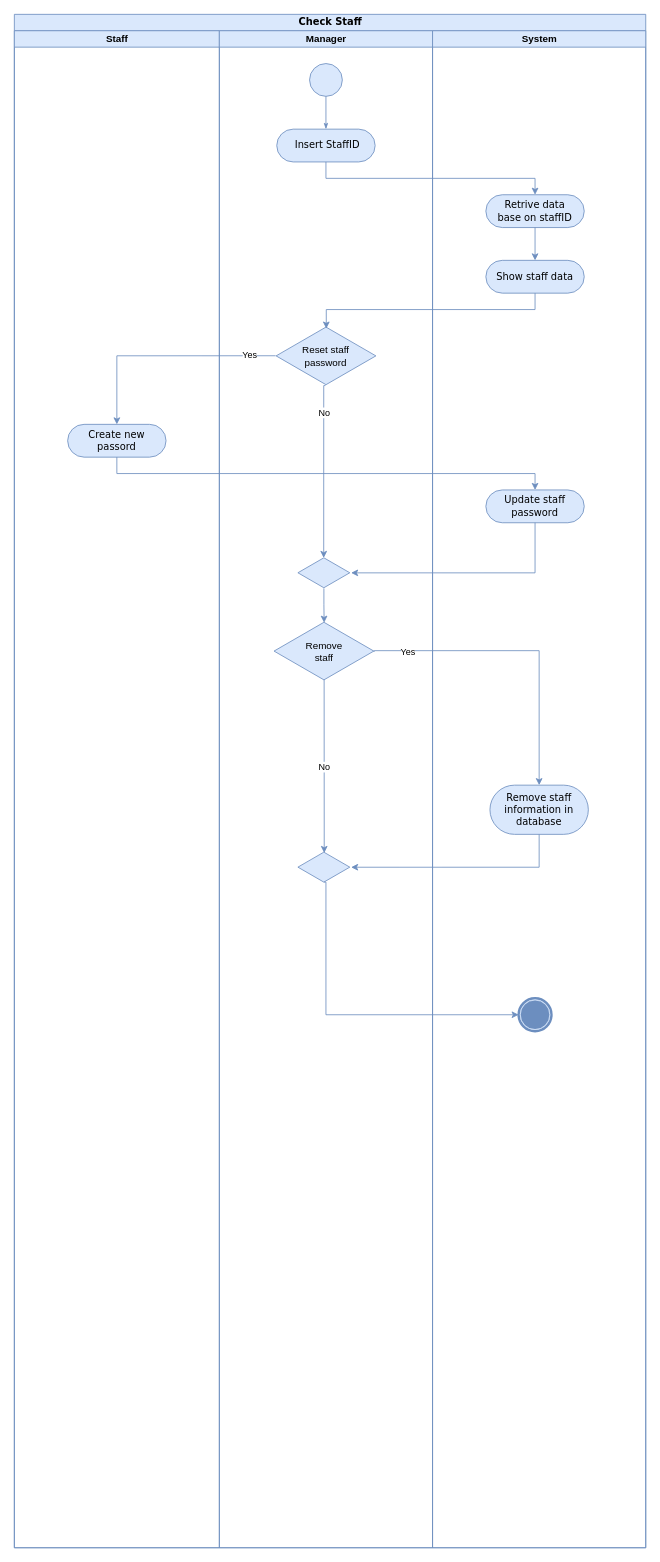
Abcdavid00/Cafe-Management-Application keeps this draw.io diagram as page "CheckStaff" (3 of 6) of Diagrams/ActivityDiagram.drawio. Above is the earlier version. Source tidied: cells renumbered, new cells numbered last; positions are measured from the earlier drawing's top-left corner, leaving out a move shared by most shapes. Both pictures are drawn from the tidied source at 82%, with x=0, y=0 at pixel (14, 14).
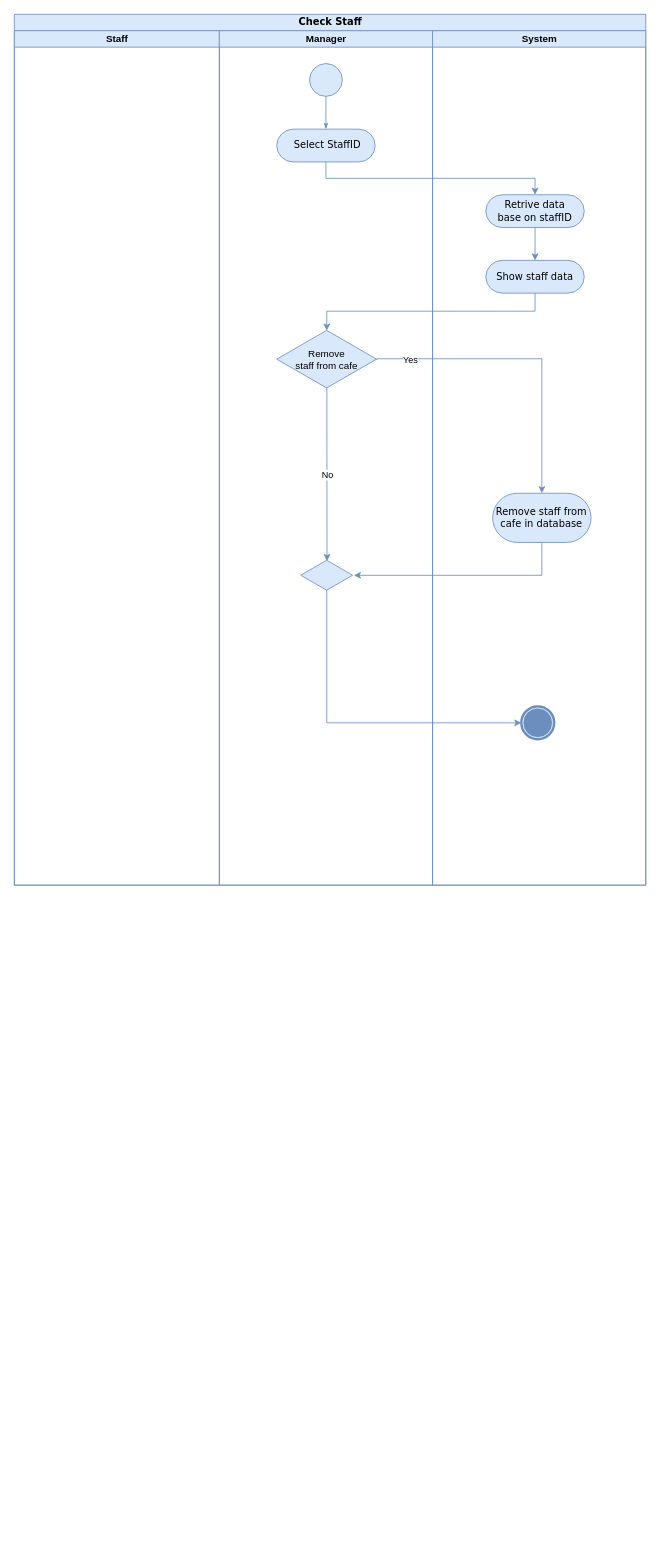
The same page after the edit.

Unchanged cells that the change refers to:
```xml
<mxCell id="23" value="Show staff data" style="rounded=1;whiteSpace=wrap;html=1;shadow=0;comic=0;labelBackgroundColor=none;strokeWidth=1;fontFamily=Verdana;fontSize=12;align=center;arcSize=50;fillColor=#dae8fc;strokeColor=#6c8ebf;" parent="18" vertex="1">
  <mxGeometry x="65" y="280" width="120" height="40" as="geometry" />
</mxCell>
```

The edit, as a diff of the source:
```diff
@@
     <mxCell id="2" value="Check Staff" style="swimlane;html=1;startSize=20;rounded=0;shadow=0;comic=0;labelBackgroundColor=none;strokeWidth=1;fontFamily=Verdana;fontSize=12;align=center;fillColor=#dae8fc;strokeColor=#6c8ebf;" parent="1" vertex="1">
-      <mxGeometry width="770" height="1870" as="geometry" />
+      <mxGeometry width="770" height="1062" as="geometry" />
     </mxCell>
     <mxCell id="3" value="Staff" style="swimlane;html=1;startSize=20;fillColor=#dae8fc;strokeColor=#6c8ebf;" parent="2" vertex="1">
-      <mxGeometry y="20" width="250" height="1850" as="geometry" />
+      <mxGeometry y="20" width="250" height="1042" as="geometry" />
     </mxCell>
-    <mxCell id="4" value="Create new passord" style="rounded=1;whiteSpace=wrap;html=1;shadow=0;comic=0;labelBackgroundColor=none;strokeWidth=1;fontFamily=Verdana;fontSize=12;align=center;arcSize=50;fillColor=#dae8fc;strokeColor=#6c8ebf;" parent="3" vertex="1">
-      <mxGeometry x="65" y="480" width="120" height="40" as="geometry" />
-    </mxCell>
     <mxCell id="5" value="Manager" style="swimlane;html=1;startSize=20;fillColor=#dae8fc;strokeColor=#6c8ebf;" parent="2" vertex="1">
-      <mxGeometry x="250" y="20" width="260" height="1850" as="geometry" />
+      <mxGeometry x="250" y="20" width="260" height="1042" as="geometry" />
     </mxCell>
@@
-    <mxCell id="8" value="&amp;nbsp;Insert StaffID" style="rounded=1;whiteSpace=wrap;html=1;shadow=0;comic=0;labelBackgroundColor=none;strokeWidth=1;fontFamily=Verdana;fontSize=12;align=center;arcSize=50;fillColor=#dae8fc;strokeColor=#6c8ebf;" parent="5" vertex="1">
+    <mxCell id="8" value="&amp;nbsp;Select StaffID" style="rounded=1;whiteSpace=wrap;html=1;shadow=0;comic=0;labelBackgroundColor=none;strokeWidth=1;fontFamily=Verdana;fontSize=12;align=center;arcSize=50;fillColor=#dae8fc;strokeColor=#6c8ebf;" parent="5" vertex="1">
       <mxGeometry x="70" y="120" width="120" height="40" as="geometry" />
     </mxCell>
-    <mxCell id="9" value="Reset staff&lt;br&gt;password" style="html=1;whiteSpace=wrap;shape=isoRectangle;fillColor=#dae8fc;strokeColor=#6c8ebf;" parent="5" vertex="1">
-      <mxGeometry x="69.2" y="360" width="121.7" height="73" as="geometry" />
-    </mxCell>
-    <mxCell id="10" style="edgeStyle=orthogonalEdgeStyle;rounded=0;jettySize=auto;html=1;entryX=0.502;entryY=0.026;entryDx=0;entryDy=0;entryPerimeter=0;fillColor=#dae8fc;strokeColor=#6c8ebf;" parent="5" edge="1" source="11" target="14">
-      <mxGeometry relative="1" as="geometry" />
-    </mxCell>
-    <mxCell id="11" style="html=1;whiteSpace=wrap;shape=isoRectangle;fillColor=#dae8fc;strokeColor=#6c8ebf;" parent="5" vertex="1">
-      <mxGeometry x="95.8" y="642" width="63.3" height="38" as="geometry" />
-    </mxCell>
-    <mxCell id="12" style="edgeStyle=orthogonalEdgeStyle;rounded=0;jettySize=auto;html=1;exitX=0.495;exitY=0.996;exitDx=0;exitDy=0;entryX=0.497;entryY=0.023;entryDx=0;entryDy=0;entryPerimeter=0;exitPerimeter=0;fillColor=#dae8fc;strokeColor=#6c8ebf;" parent="5" edge="1" source="9" target="11">
-      <mxGeometry relative="1" as="geometry">
-        <Array as="points">
-          <mxPoint x="127" y="433" />
-        </Array>
-      </mxGeometry>
-    </mxCell>
-    <mxCell id="13" value="No" style="edgeLabel;html=1;align=center;verticalAlign=middle;" parent="12" vertex="1">
-      <mxGeometry x="-0.66" relative="1" as="geometry">
-        <mxPoint y="-1" as="offset" />
-      </mxGeometry>
-    </mxCell>
-    <mxCell id="14" value="Remove&lt;br&gt;staff" style="html=1;whiteSpace=wrap;shape=isoRectangle;fillColor=#dae8fc;strokeColor=#6c8ebf;" parent="5" vertex="1">
-      <mxGeometry x="66.7" y="720" width="121.7" height="73" as="geometry" />
+    <mxCell id="14" value="Remove&lt;br&gt;staff from cafe" style="html=1;whiteSpace=wrap;shape=isoRectangle;fillColor=#dae8fc;strokeColor=#6c8ebf;" parent="5" vertex="1">
+      <mxGeometry x="70" y="364" width="121.7" height="73" as="geometry" />
     </mxCell>
     <mxCell id="15" style="html=1;whiteSpace=wrap;shape=isoRectangle;fillColor=#dae8fc;strokeColor=#6c8ebf;" parent="5" vertex="1">
-      <mxGeometry x="95.8" y="1001" width="63.3" height="38" as="geometry" />
+      <mxGeometry x="99.2" y="645" width="63.3" height="38" as="geometry" />
     </mxCell>
@@
+    <mxCell id="30" style="edgeStyle=orthogonalEdgeStyle;rounded=0;jettySize=auto;html=1;entryX=1.025;entryY=0.503;entryDx=0;entryDy=0;entryPerimeter=0;exitX=0.5;exitY=1;exitDx=0;exitDy=0;fillColor=#dae8fc;strokeColor=#6c8ebf;" parent="2" edge="1" source="21" target="15">
+      <mxGeometry relative="1" as="geometry">
+        <Array as="points">
+          <mxPoint x="643.3" y="684" />
+        </Array>
+      </mxGeometry>
+    </mxCell>
+    <mxCell id="31" style="edgeStyle=orthogonalEdgeStyle;rounded=0;jettySize=auto;html=1;entryX=0.5;entryY=0;entryDx=0;entryDy=0;exitX=1.003;exitY=0.514;exitDx=0;exitDy=0;exitPerimeter=0;fillColor=#dae8fc;strokeColor=#6c8ebf;" parent="2" edge="1" source="14" target="21">
+      <mxGeometry relative="1" as="geometry">
+        <Array as="points">
+          <mxPoint x="643.3" y="420" />
+        </Array>
+      </mxGeometry>
+    </mxCell>
+    <mxCell id="32" value="Yes" style="edgeLabel;html=1;align=center;verticalAlign=middle;" parent="31" vertex="1">
+      <mxGeometry x="-0.77" y="-1" relative="1" as="geometry" />
+    </mxCell>
+    <mxCell id="33" style="edgeStyle=orthogonalEdgeStyle;rounded=0;jettySize=auto;html=1;exitX=0.502;exitY=0.98;exitDx=0;exitDy=0;exitPerimeter=0;entryX=0;entryY=0.5;entryDx=0;entryDy=0;fillColor=#dae8fc;strokeColor=#6c8ebf;" parent="2" edge="1" source="15" target="22">
+      <mxGeometry relative="1" as="geometry">
+        <Array as="points">
+          <mxPoint x="381.3" y="864" />
+        </Array>
+      </mxGeometry>
+    </mxCell>
     <mxCell id="18" value="System" style="swimlane;html=1;startSize=20;direction=east;fillColor=#dae8fc;strokeColor=#6c8ebf;" parent="2" vertex="1">
-      <mxGeometry x="510" y="20" width="260" height="1850" as="geometry" />
+      <mxGeometry x="510" y="20" width="260" height="1042" as="geometry" />
     </mxCell>
-    <mxCell id="19" value="Update staff&lt;br&gt;password" style="rounded=1;whiteSpace=wrap;html=1;shadow=0;comic=0;labelBackgroundColor=none;strokeWidth=1;fontFamily=Verdana;fontSize=12;align=center;arcSize=50;fillColor=#dae8fc;strokeColor=#6c8ebf;" parent="18" vertex="1">
-      <mxGeometry x="65" y="560" width="120" height="40" as="geometry" />
-    </mxCell>
@@
-    <mxCell id="21" value="Remove staff information in database" style="rounded=1;whiteSpace=wrap;html=1;shadow=0;comic=0;labelBackgroundColor=none;strokeWidth=1;fontFamily=Verdana;fontSize=12;align=center;arcSize=50;fillColor=#dae8fc;strokeColor=#6c8ebf;" parent="18" vertex="1">
-      <mxGeometry x="70" y="920" width="120" height="60" as="geometry" />
+    <mxCell id="21" value="Remove staff from&lt;br&gt;cafe in database" style="rounded=1;whiteSpace=wrap;html=1;shadow=0;comic=0;labelBackgroundColor=none;strokeWidth=1;fontFamily=Verdana;fontSize=12;align=center;arcSize=50;fillColor=#dae8fc;strokeColor=#6c8ebf;" parent="18" vertex="1">
+      <mxGeometry x="73.3" y="564" width="120" height="60" as="geometry" />
     </mxCell>
     <mxCell id="22" style="shape=mxgraph.bpmn.shape;html=1;verticalLabelPosition=bottom;labelBackgroundColor=#ffffff;verticalAlign=top;perimeter=ellipsePerimeter;outline=end;symbol=terminate;rounded=0;shadow=0;comic=0;strokeWidth=1;fontFamily=Verdana;fontSize=12;align=center;fillColor=#dae8fc;strokeColor=#6c8ebf;" parent="18" vertex="1">
-      <mxGeometry x="105" y="1180" width="40" height="40" as="geometry" />
+      <mxGeometry x="108.3" y="824" width="40" height="40" as="geometry" />
     </mxCell>
@@
-    <mxCell id="26" style="edgeStyle=orthogonalEdgeStyle;rounded=0;jettySize=auto;html=1;exitX=-0.004;exitY=0.498;exitDx=0;exitDy=0;entryX=0.5;entryY=0;entryDx=0;entryDy=0;exitPerimeter=0;fillColor=#dae8fc;strokeColor=#6c8ebf;" parent="2" edge="1" source="9" target="4">
-      <mxGeometry relative="1" as="geometry" />
-    </mxCell>
-    <mxCell id="27" value="Yes" style="edgeLabel;html=1;align=center;verticalAlign=middle;" parent="26" vertex="1">
-      <mxGeometry x="-0.77" y="-1" relative="1" as="geometry" />
-    </mxCell>
-    <mxCell id="28" style="edgeStyle=orthogonalEdgeStyle;rounded=0;jettySize=auto;html=1;exitX=0.5;exitY=1;exitDx=0;exitDy=0;fillColor=#dae8fc;strokeColor=#6c8ebf;" parent="2" edge="1" source="4" target="19">
-      <mxGeometry relative="1" as="geometry" />
-    </mxCell>
-    <mxCell id="29" style="edgeStyle=orthogonalEdgeStyle;rounded=0;jettySize=auto;html=1;entryX=1.025;entryY=0.503;entryDx=0;entryDy=0;entryPerimeter=0;exitX=0.5;exitY=1;exitDx=0;exitDy=0;fillColor=#dae8fc;strokeColor=#6c8ebf;" parent="2" edge="1" source="19" target="11">
-      <mxGeometry relative="1" as="geometry">
-        <Array as="points">
-          <mxPoint x="635" y="681" />
-        </Array>
-      </mxGeometry>
-    </mxCell>
-    <mxCell id="30" style="edgeStyle=orthogonalEdgeStyle;rounded=0;jettySize=auto;html=1;entryX=1.025;entryY=0.503;entryDx=0;entryDy=0;entryPerimeter=0;exitX=0.5;exitY=1;exitDx=0;exitDy=0;fillColor=#dae8fc;strokeColor=#6c8ebf;" parent="2" edge="1" source="21" target="15">
-      <mxGeometry relative="1" as="geometry">
-        <Array as="points">
-          <mxPoint x="640" y="1040" />
-        </Array>
-      </mxGeometry>
-    </mxCell>
-    <mxCell id="31" style="edgeStyle=orthogonalEdgeStyle;rounded=0;jettySize=auto;html=1;entryX=0.5;entryY=0;entryDx=0;entryDy=0;exitX=1.003;exitY=0.514;exitDx=0;exitDy=0;exitPerimeter=0;fillColor=#dae8fc;strokeColor=#6c8ebf;" parent="2" edge="1" source="14" target="21">
-      <mxGeometry relative="1" as="geometry">
-        <Array as="points">
-          <mxPoint x="640" y="776" />
-        </Array>
-      </mxGeometry>
-    </mxCell>
-    <mxCell id="32" value="Yes" style="edgeLabel;html=1;align=center;verticalAlign=middle;" parent="31" vertex="1">
-      <mxGeometry x="-0.77" y="-1" relative="1" as="geometry" />
-    </mxCell>
-    <mxCell id="33" style="edgeStyle=orthogonalEdgeStyle;rounded=0;jettySize=auto;html=1;exitX=0.502;exitY=0.98;exitDx=0;exitDy=0;exitPerimeter=0;entryX=0;entryY=0.5;entryDx=0;entryDy=0;fillColor=#dae8fc;strokeColor=#6c8ebf;" parent="2" edge="1" source="15" target="22">
-      <mxGeometry relative="1" as="geometry">
-        <Array as="points">
-          <mxPoint x="380" y="1058" />
-          <mxPoint x="380" y="1220" />
-        </Array>
-      </mxGeometry>
-    </mxCell>
-    <mxCell id="34" style="edgeStyle=orthogonalEdgeStyle;rounded=0;jettySize=auto;html=1;exitX=0.5;exitY=1;exitDx=0;exitDy=0;entryX=0.503;entryY=0.044;entryDx=0;entryDy=0;entryPerimeter=0;fillColor=#dae8fc;strokeColor=#6c8ebf;" parent="2" edge="1" source="23" target="9">
+    <mxCell id="34" style="edgeStyle=orthogonalEdgeStyle;rounded=0;jettySize=auto;html=1;exitX=0.5;exitY=1;exitDx=0;exitDy=0;fillColor=#dae8fc;strokeColor=#6c8ebf;entryX=0.501;entryY=0.023;entryDx=0;entryDy=0;entryPerimeter=0;" parent="2" edge="1" source="23" target="14">
       <mxGeometry relative="1" as="geometry" />
     </mxCell>
```
